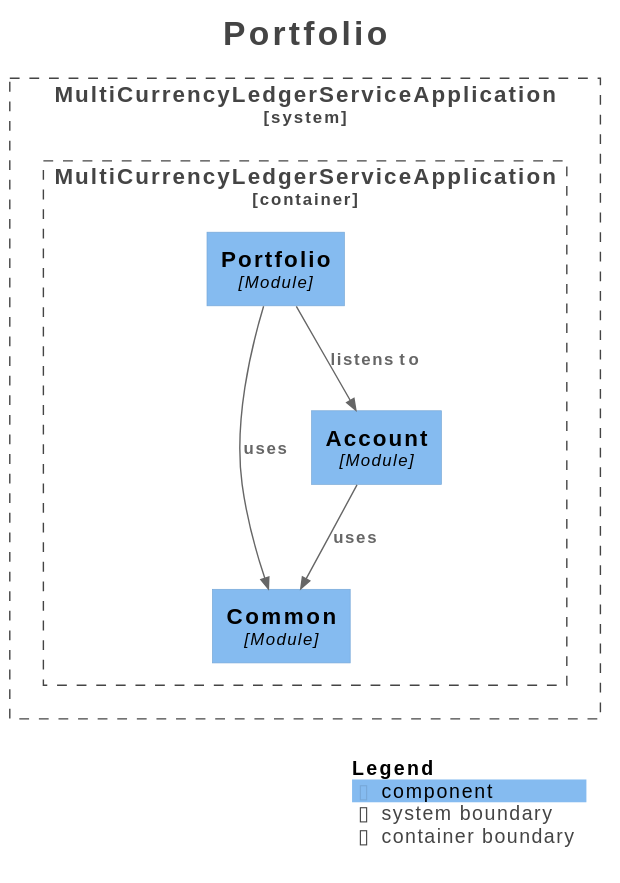
RaonJena99/multi-currency-ledger-service keeps this PlantUML diagram as docs/architecture/modulith/module-portfolio.svg. Above is the earlier version. Its diagram source:
```plantuml
@startuml
title <size:24>Portfolio</size>

set separator none
top to bottom direction

<style>
  root {
    BackgroundColor: #ffffff
    FontColor: #444444
  }
</style>

!include <C4/C4>
!include <C4/C4_Context>
!include <C4/C4_Component>

System_Boundary("MultiCurrencyLedgerServiceApplication_boundary", "MultiCurrencyLedgerServiceApplication", $tags="") {
  Container_Boundary("MultiCurrencyLedgerServiceApplication.MultiCurrencyLedgerServiceApplication_boundary", "MultiCurrencyLedgerServiceApplication", $tags="") {
    Component(MultiCurrencyLedgerServiceApplication.MultiCurrencyLedgerServiceApplication.Common, "Common", $techn="Module", $descr="", $tags="", $link="")
    Component(MultiCurrencyLedgerServiceApplication.MultiCurrencyLedgerServiceApplication.Account, "Account", $techn="Module", $descr="", $tags="", $link="")
    Component(MultiCurrencyLedgerServiceApplication.MultiCurrencyLedgerServiceApplication.Portfolio, "Portfolio", $techn="Module", $descr="", $tags="", $link="")
  }

}

Rel(MultiCurrencyLedgerServiceApplication.MultiCurrencyLedgerServiceApplication.Portfolio, MultiCurrencyLedgerServiceApplication.MultiCurrencyLedgerServiceApplication.Common, "uses", $techn="", $tags="", $link="")
Rel(MultiCurrencyLedgerServiceApplication.MultiCurrencyLedgerServiceApplication.Account, MultiCurrencyLedgerServiceApplication.MultiCurrencyLedgerServiceApplication.Common, "uses", $techn="", $tags="", $link="")
Rel(MultiCurrencyLedgerServiceApplication.MultiCurrencyLedgerServiceApplication.Portfolio, MultiCurrencyLedgerServiceApplication.MultiCurrencyLedgerServiceApplication.Account, "listens to", $techn="", $tags="", $link="")

SHOW_LEGEND(true)
hide stereotypes
@enduml
```
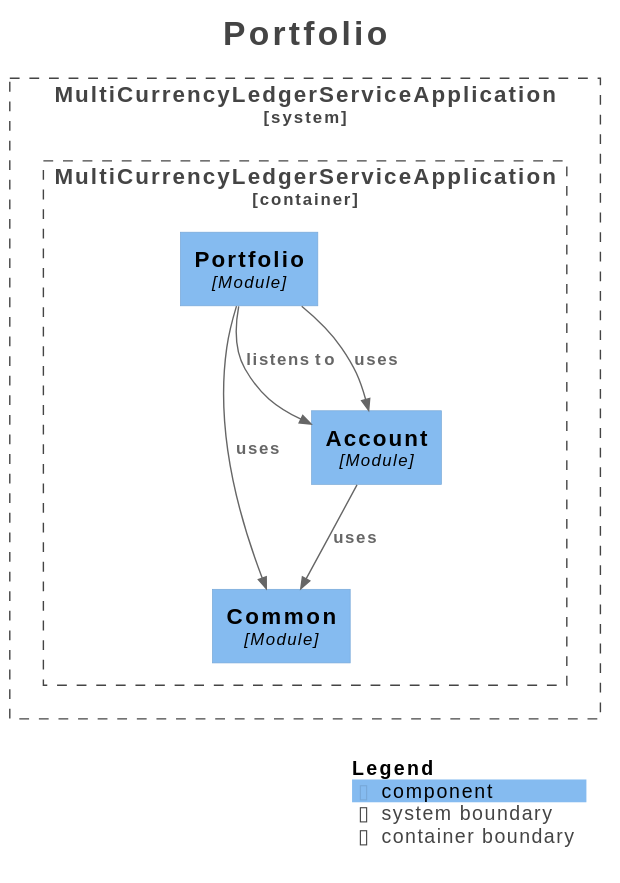
The same file after the commit.

Diff of the diagram source:
```diff
@@ -24,9 +24,10 @@
 
 }
 
+Rel(MultiCurrencyLedgerServiceApplication.MultiCurrencyLedgerServiceApplication.Portfolio, MultiCurrencyLedgerServiceApplication.MultiCurrencyLedgerServiceApplication.Account, "listens to", $techn="", $tags="", $link="")
 Rel(MultiCurrencyLedgerServiceApplication.MultiCurrencyLedgerServiceApplication.Portfolio, MultiCurrencyLedgerServiceApplication.MultiCurrencyLedgerServiceApplication.Common, "uses", $techn="", $tags="", $link="")
+Rel(MultiCurrencyLedgerServiceApplication.MultiCurrencyLedgerServiceApplication.Portfolio, MultiCurrencyLedgerServiceApplication.MultiCurrencyLedgerServiceApplication.Account, "uses", $techn="", $tags="", $link="")
 Rel(MultiCurrencyLedgerServiceApplication.MultiCurrencyLedgerServiceApplication.Account, MultiCurrencyLedgerServiceApplication.MultiCurrencyLedgerServiceApplication.Common, "uses", $techn="", $tags="", $link="")
-Rel(MultiCurrencyLedgerServiceApplication.MultiCurrencyLedgerServiceApplication.Portfolio, MultiCurrencyLedgerServiceApplication.MultiCurrencyLedgerServiceApplication.Account, "listens to", $techn="", $tags="", $link="")
 
 SHOW_LEGEND(true)
 hide stereotypes
```
